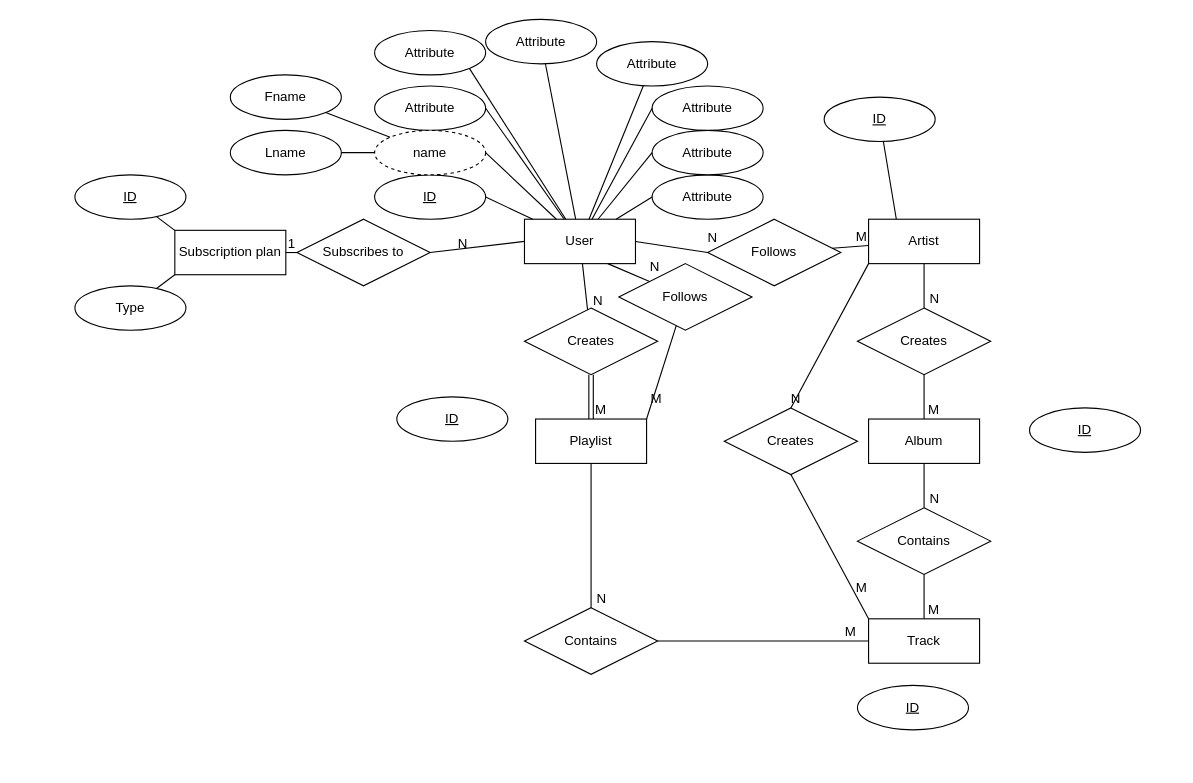
Above: assingment1.drawio in M0rre/diagrams.net-charts (draw.io), before the change. Source tidied: cells renumbered, new cells numbered last; positions are measured from the earlier drawing's top-left corner, leaving out a move shared by most shapes. Both pictures are drawn from the tidied source at 111%, with x=0, y=0 at pixel (74, 19).
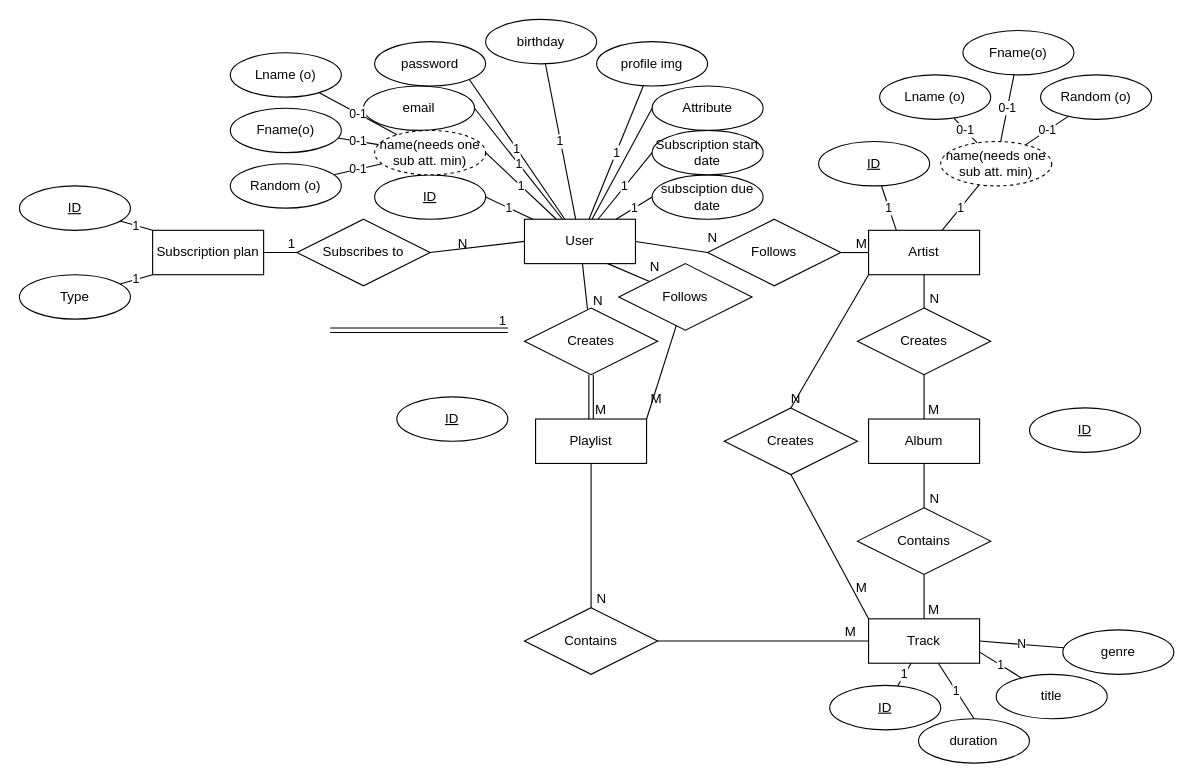
After the change.

Unchanged cells that the change refers to:
```xml
<mxCell id="2" value="User" style="whiteSpace=wrap;html=1;align=center;" parent="1" vertex="1">
  <mxGeometry x="405" y="180" width="100" height="40" as="geometry" />
</mxCell>
<mxCell id="6" value="Track" style="whiteSpace=wrap;html=1;align=center;" parent="1" vertex="1">
  <mxGeometry x="715" y="540" width="100" height="40" as="geometry" />
</mxCell>
<mxCell id="51" value="ID" style="ellipse;whiteSpace=wrap;html=1;align=center;fontStyle=4;" parent="1" vertex="1">
  <mxGeometry x="270" y="140" width="100" height="40" as="geometry" />
</mxCell>
```

Diff of the diagram source:
```diff
@@
     <mxCell id="3" value="Subscription plan" style="whiteSpace=wrap;html=1;align=center;" parent="1" vertex="1">
-      <mxGeometry x="90" y="190" width="100" height="40" as="geometry" />
+      <mxGeometry x="70" y="190" width="100" height="40" as="geometry" />
     </mxCell>
     <mxCell id="4" value="Artist" style="whiteSpace=wrap;html=1;align=center;" parent="1" vertex="1">
-      <mxGeometry x="715" y="180" width="100" height="40" as="geometry" />
+      <mxGeometry x="715" y="190" width="100" height="40" as="geometry" />
     </mxCell>
@@
     <mxCell id="49" value="ID" style="ellipse;whiteSpace=wrap;html=1;align=center;fontStyle=4;" parent="1" vertex="1">
-      <mxGeometry x="675" y="70" width="100" height="40" as="geometry" />
+      <mxGeometry x="670" y="110" width="100" height="40" as="geometry" />
     </mxCell>
@@
     <mxCell id="52" value="ID" style="ellipse;whiteSpace=wrap;html=1;align=center;fontStyle=4;" parent="1" vertex="1">
-      <mxGeometry y="140" width="100" height="40" as="geometry" />
+      <mxGeometry x="-50" y="150" width="100" height="40" as="geometry" />
     </mxCell>
     <mxCell id="53" value="ID" style="ellipse;whiteSpace=wrap;html=1;align=center;fontStyle=4;" parent="1" vertex="1">
-      <mxGeometry x="705" y="600" width="100" height="40" as="geometry" />
+      <mxGeometry x="680" y="600" width="100" height="40" as="geometry" />
     </mxCell>
     <mxCell id="54" value="Type" style="ellipse;whiteSpace=wrap;html=1;align=center;" parent="1" vertex="1">
-      <mxGeometry y="240" width="100" height="40" as="geometry" />
+      <mxGeometry x="-50" y="230" width="100" height="40" as="geometry" />
     </mxCell>
-    <mxCell id="55" style="endArrow=none;html=1;rounded=0;entryX=0;entryY=0;entryDx=0;entryDy=0;" parent="1" edge="1" source="52" target="3">
+    <mxCell id="55" value="1" style="endArrow=none;html=1;rounded=0;entryX=0;entryY=0;entryDx=0;entryDy=0;" parent="1" edge="1" source="52" target="3">
       <mxGeometry relative="1" as="geometry" />
     </mxCell>
-    <mxCell id="56" style="endArrow=none;html=1;rounded=0;entryX=0;entryY=1;entryDx=0;entryDy=0;" parent="1" edge="1" source="54" target="3">
+    <mxCell id="56" value="1" style="endArrow=none;html=1;rounded=0;entryX=0;entryY=1;entryDx=0;entryDy=0;" parent="1" edge="1" source="54" target="3">
       <mxGeometry relative="1" as="geometry" />
     </mxCell>
-    <mxCell id="57" style="endArrow=none;html=1;rounded=0;exitX=1;exitY=0.5;exitDx=0;exitDy=0;" parent="1" edge="1" source="51" target="2">
+    <mxCell id="57" value="1" style="endArrow=none;html=1;rounded=0;exitX=1;exitY=0.5;exitDx=0;exitDy=0;" parent="1" edge="1" source="51" target="2">
       <mxGeometry relative="1" as="geometry" />
     </mxCell>
-    <mxCell id="58" style="endArrow=none;html=1;rounded=0;entryX=0.25;entryY=0;entryDx=0;entryDy=0;" parent="1" edge="1" source="49" target="4">
+    <mxCell id="58" value="1" style="endArrow=none;html=1;rounded=0;entryX=0.25;entryY=0;entryDx=0;entryDy=0;" parent="1" edge="1" source="49" target="4">
       <mxGeometry relative="1" as="geometry" />
     </mxCell>
-    <mxCell id="59" value="Attribute" style="ellipse;whiteSpace=wrap;html=1;align=center;" parent="1" vertex="1">
-      <mxGeometry x="270" y="60" width="100" height="40" as="geometry" />
+    <mxCell id="59" value="email" style="ellipse;whiteSpace=wrap;html=1;align=center;" parent="1" vertex="1">
+      <mxGeometry x="260" y="60" width="100" height="40" as="geometry" />
     </mxCell>
-    <mxCell id="60" value="Attribute" style="ellipse;whiteSpace=wrap;html=1;align=center;" parent="1" vertex="1">
-      <mxGeometry x="270" y="10" width="100" height="40" as="geometry" />
+    <mxCell id="60" value="password" style="ellipse;whiteSpace=wrap;html=1;align=center;" parent="1" vertex="1">
+      <mxGeometry x="270" y="20" width="100" height="40" as="geometry" />
     </mxCell>
-    <mxCell id="61" value="Attribute" style="ellipse;whiteSpace=wrap;html=1;align=center;" parent="1" vertex="1">
+    <mxCell id="61" value="birthday" style="ellipse;whiteSpace=wrap;html=1;align=center;" parent="1" vertex="1">
       <mxGeometry x="370" width="100" height="40" as="geometry" />
     </mxCell>
-    <mxCell id="62" value="Attribute" style="ellipse;whiteSpace=wrap;html=1;align=center;" parent="1" vertex="1">
+    <mxCell id="62" value="profile img" style="ellipse;whiteSpace=wrap;html=1;align=center;" parent="1" vertex="1">
       <mxGeometry x="470" y="20" width="100" height="40" as="geometry" />
     </mxCell>
-    <mxCell id="63" value="Attribute" style="ellipse;whiteSpace=wrap;html=1;align=center;" parent="1" vertex="1">
+    <mxCell id="63" value="subsciption due date" style="ellipse;whiteSpace=wrap;html=1;align=center;" parent="1" vertex="1">
       <mxGeometry x="520" y="140" width="100" height="40" as="geometry" />
     </mxCell>
-    <mxCell id="64" value="Attribute" style="ellipse;whiteSpace=wrap;html=1;align=center;" parent="1" vertex="1">
+    <mxCell id="64" value="Subscription start date" style="ellipse;whiteSpace=wrap;html=1;align=center;" parent="1" vertex="1">
       <mxGeometry x="520" y="100" width="100" height="40" as="geometry" />
     </mxCell>
@@
-    <mxCell id="66" value="name" style="ellipse;whiteSpace=wrap;html=1;align=center;dashed=1;" parent="1" vertex="1">
+    <mxCell id="66" value="name(needs one sub att. min)" style="ellipse;whiteSpace=wrap;html=1;align=center;dashed=1;" parent="1" vertex="1">
       <mxGeometry x="270" y="100" width="100" height="40" as="geometry" />
     </mxCell>
-    <mxCell id="67" value="Fname" style="ellipse;whiteSpace=wrap;html=1;align=center;" parent="1" vertex="1">
-      <mxGeometry x="140" y="50" width="100" height="40" as="geometry" />
+    <mxCell id="67" value="Fname(o)" style="ellipse;whiteSpace=wrap;html=1;align=center;" parent="1" vertex="1">
+      <mxGeometry x="140" y="80" width="100" height="40" as="geometry" />
     </mxCell>
-    <mxCell id="68" value="Lname" style="ellipse;whiteSpace=wrap;html=1;align=center;" parent="1" vertex="1">
-      <mxGeometry x="140" y="100" width="100" height="40" as="geometry" />
+    <mxCell id="68" value="Lname (o)" style="ellipse;whiteSpace=wrap;html=1;align=center;" parent="1" vertex="1">
+      <mxGeometry x="140" y="30" width="100" height="40" as="geometry" />
     </mxCell>
-    <mxCell id="69" style="endArrow=none;html=1;rounded=0;" parent="1" edge="1" source="67" target="66">
+    <mxCell id="69" value="&lt;span style=&quot;color: rgb(0, 0, 0); font-family: Helvetica; font-size: 11px; font-style: normal; font-variant-ligatures: normal; font-variant-caps: normal; font-weight: 400; letter-spacing: normal; orphans: 2; text-align: center; text-indent: 0px; text-transform: none; widows: 2; word-spacing: 0px; -webkit-text-stroke-width: 0px; white-space: nowrap; background-color: rgb(255, 255, 255); text-decoration-thickness: initial; text-decoration-style: initial; text-decoration-color: initial; display: inline !important; float: none;&quot;&gt;0-1&lt;/span&gt;" style="endArrow=none;html=1;rounded=0;" parent="1" edge="1" source="67" target="66">
       <mxGeometry relative="1" as="geometry" />
     </mxCell>
-    <mxCell id="70" style="endArrow=none;html=1;rounded=0;" parent="1" edge="1" source="68" target="66">
+    <mxCell id="70" value="0-1" style="endArrow=none;html=1;rounded=0;" parent="1" edge="1" source="68" target="66">
       <mxGeometry relative="1" as="geometry" />
     </mxCell>
-    <mxCell id="71" style="endArrow=none;html=1;rounded=0;exitX=1;exitY=0.5;exitDx=0;exitDy=0;" parent="1" edge="1" source="59" target="2">
+    <mxCell id="71" value="1" style="endArrow=none;html=1;rounded=0;exitX=1;exitY=0.5;exitDx=0;exitDy=0;" parent="1" edge="1" source="59" target="2">
       <mxGeometry relative="1" as="geometry" />
     </mxCell>
-    <mxCell id="72" style="endArrow=none;html=1;rounded=0;exitX=1;exitY=1;exitDx=0;exitDy=0;" parent="1" edge="1" source="60" target="2">
+    <mxCell id="72" value="1" style="endArrow=none;html=1;rounded=0;exitX=1;exitY=1;exitDx=0;exitDy=0;" parent="1" edge="1" source="60" target="2">
       <mxGeometry relative="1" as="geometry" />
     </mxCell>
-    <mxCell id="73" style="endArrow=none;html=1;rounded=0;" parent="1" edge="1" source="61" target="2">
+    <mxCell id="73" value="1" style="endArrow=none;html=1;rounded=0;" parent="1" edge="1" source="61" target="2">
       <mxGeometry relative="1" as="geometry" />
     </mxCell>
-    <mxCell id="74" style="endArrow=none;html=1;rounded=0;" parent="1" edge="1" source="62" target="2">
+    <mxCell id="74" value="1" style="endArrow=none;html=1;rounded=0;" parent="1" edge="1" source="62" target="2">
       <mxGeometry relative="1" as="geometry" />
     </mxCell>
@@
-    <mxCell id="76" style="endArrow=none;html=1;rounded=0;exitX=0;exitY=0.5;exitDx=0;exitDy=0;" parent="1" edge="1" source="64" target="2">
+    <mxCell id="76" value="1" style="endArrow=none;html=1;rounded=0;exitX=0;exitY=0.5;exitDx=0;exitDy=0;" parent="1" edge="1" source="64" target="2">
       <mxGeometry relative="1" as="geometry" />
     </mxCell>
-    <mxCell id="77" style="endArrow=none;html=1;rounded=0;exitX=0;exitY=0.5;exitDx=0;exitDy=0;" parent="1" edge="1" source="63" target="2">
+    <mxCell id="77" value="1" style="endArrow=none;html=1;rounded=0;exitX=0;exitY=0.5;exitDx=0;exitDy=0;" parent="1" edge="1" source="63" target="2">
       <mxGeometry relative="1" as="geometry" />
     </mxCell>
-    <mxCell id="78" style="endArrow=none;html=1;rounded=0;exitX=1;exitY=0.5;exitDx=0;exitDy=0;" parent="1" edge="1" source="66" target="2">
+    <mxCell id="78" value="1" style="endArrow=none;html=1;rounded=0;exitX=1;exitY=0.5;exitDx=0;exitDy=0;" parent="1" edge="1" source="66" target="2">
       <mxGeometry relative="1" as="geometry" />
     </mxCell>
+    <mxCell id="79" value="name(needs one sub att. min)" style="ellipse;whiteSpace=wrap;html=1;align=center;dashed=1;" parent="1" vertex="1">
+      <mxGeometry x="780" y="110" width="100" height="40" as="geometry" />
+    </mxCell>
+    <mxCell id="80" value="Random (o)" style="ellipse;whiteSpace=wrap;html=1;align=center;" parent="1" vertex="1">
+      <mxGeometry x="140" y="130" width="100" height="40" as="geometry" />
+    </mxCell>
+    <mxCell id="81" value="0-1" style="endArrow=none;html=1;rounded=0;" parent="1" edge="1" source="80" target="66">
+      <mxGeometry relative="1" as="geometry" />
+    </mxCell>
+    <mxCell id="82" value="Fname(o)" style="ellipse;whiteSpace=wrap;html=1;align=center;" parent="1" vertex="1">
+      <mxGeometry x="800" y="10" width="100" height="40" as="geometry" />
+    </mxCell>
+    <mxCell id="83" value="Lname (o)" style="ellipse;whiteSpace=wrap;html=1;align=center;" parent="1" vertex="1">
+      <mxGeometry x="725" y="50" width="100" height="40" as="geometry" />
+    </mxCell>
+    <mxCell id="84" value="Random (o)" style="ellipse;whiteSpace=wrap;html=1;align=center;" parent="1" vertex="1">
+      <mxGeometry x="870" y="50" width="100" height="40" as="geometry" />
+    </mxCell>
+    <mxCell id="85" value="0-1" style="endArrow=none;html=1;rounded=0;" parent="1" edge="1" source="83" target="79">
+      <mxGeometry relative="1" as="geometry" />
+    </mxCell>
+    <mxCell id="86" value="0-1" style="endArrow=none;html=1;rounded=0;" parent="1" edge="1" source="79" target="82">
+      <mxGeometry relative="1" as="geometry" />
+    </mxCell>
+    <mxCell id="87" value="0-1" style="endArrow=none;html=1;rounded=0;" parent="1" edge="1">
+      <mxGeometry relative="1" as="geometry">
+        <mxPoint x="895.3" y="87.1" as="sourcePoint" />
+        <mxPoint x="856.7" y="112.8" as="targetPoint" />
+      </mxGeometry>
+    </mxCell>
+    <mxCell id="88" value="1" style="endArrow=none;html=1;rounded=0;" parent="1" edge="1" source="4" target="79">
+      <mxGeometry relative="1" as="geometry" />
+    </mxCell>
+    <mxCell id="89" style="shape=link;html=1;rounded=0;" parent="1" edge="1">
+      <mxGeometry relative="1" as="geometry">
+        <mxPoint x="230" y="280" as="sourcePoint" />
+        <mxPoint x="390" y="280" as="targetPoint" />
+      </mxGeometry>
+    </mxCell>
+    <mxCell id="90" value="1" style="html=1;whiteSpace=wrap;align=right;verticalAlign=bottom;" parent="89" vertex="1">
+      <mxGeometry x="1" relative="1" as="geometry" />
+    </mxCell>
+    <mxCell id="91" value="1" style="endArrow=none;html=1;rounded=0;" parent="1" edge="1" source="53" target="6">
+      <mxGeometry relative="1" as="geometry" />
+    </mxCell>
+    <mxCell id="92" value="duration" style="ellipse;whiteSpace=wrap;html=1;align=center;" parent="1" vertex="1">
+      <mxGeometry x="760" y="630" width="100" height="40" as="geometry" />
+    </mxCell>
+    <mxCell id="93" value="title" style="ellipse;whiteSpace=wrap;html=1;align=center;" parent="1" vertex="1">
+      <mxGeometry x="830" y="590" width="100" height="40" as="geometry" />
+    </mxCell>
+    <mxCell id="94" value="1" style="endArrow=none;html=1;rounded=0;exitX=0.5;exitY=0;exitDx=0;exitDy=0;" parent="1" edge="1" source="92" target="6">
+      <mxGeometry relative="1" as="geometry" />
+    </mxCell>
+    <mxCell id="95" value="1" style="endArrow=none;html=1;rounded=0;entryX=1;entryY=0.75;entryDx=0;entryDy=0;" parent="1" edge="1" source="93" target="6">
+      <mxGeometry relative="1" as="geometry" />
+    </mxCell>
+    <mxCell id="96" value="genre" style="ellipse;whiteSpace=wrap;html=1;align=center;" parent="1" vertex="1">
+      <mxGeometry x="890" y="550" width="100" height="40" as="geometry" />
+    </mxCell>
+    <mxCell id="97" value="N" style="endArrow=none;html=1;rounded=0;entryX=1;entryY=0.5;entryDx=0;entryDy=0;" parent="1" edge="1" source="96" target="6">
+      <mxGeometry relative="1" as="geometry" />
+    </mxCell>
```
